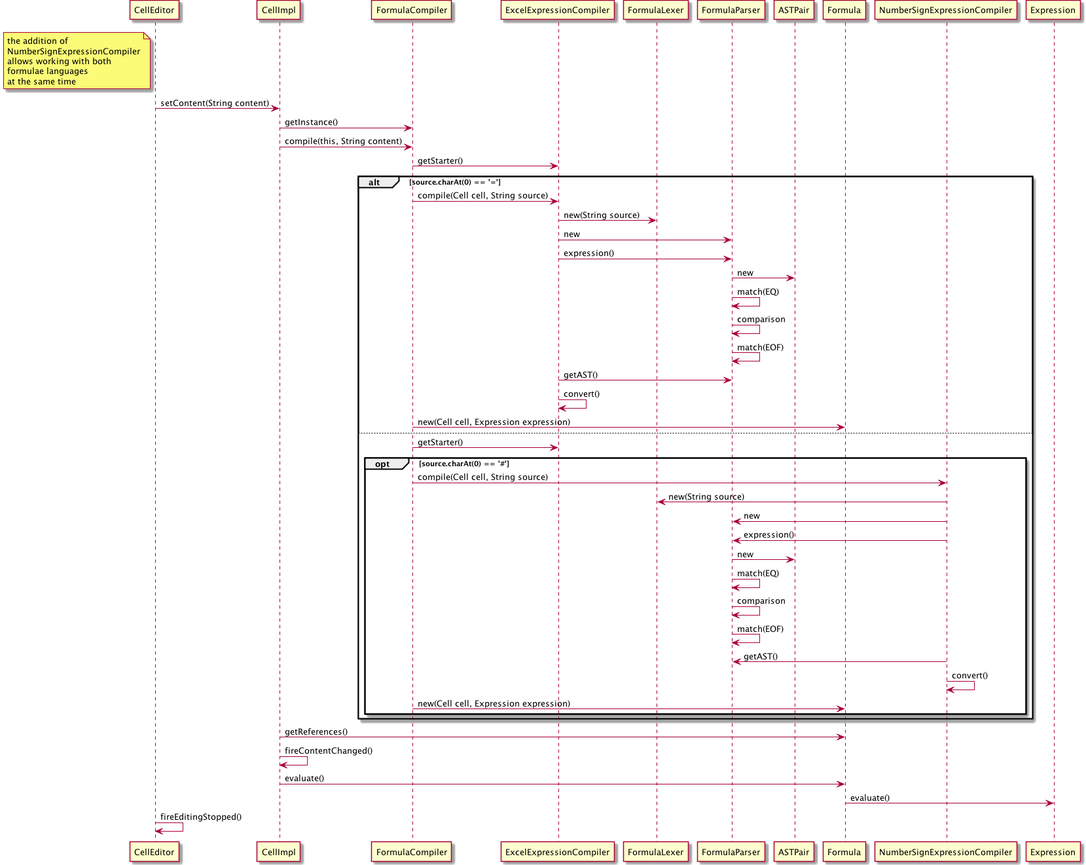
The PlantUML diagram docs/1111168/Diagrams/sd_numbersign_language.png in askpt/LAPR4, before a commit.
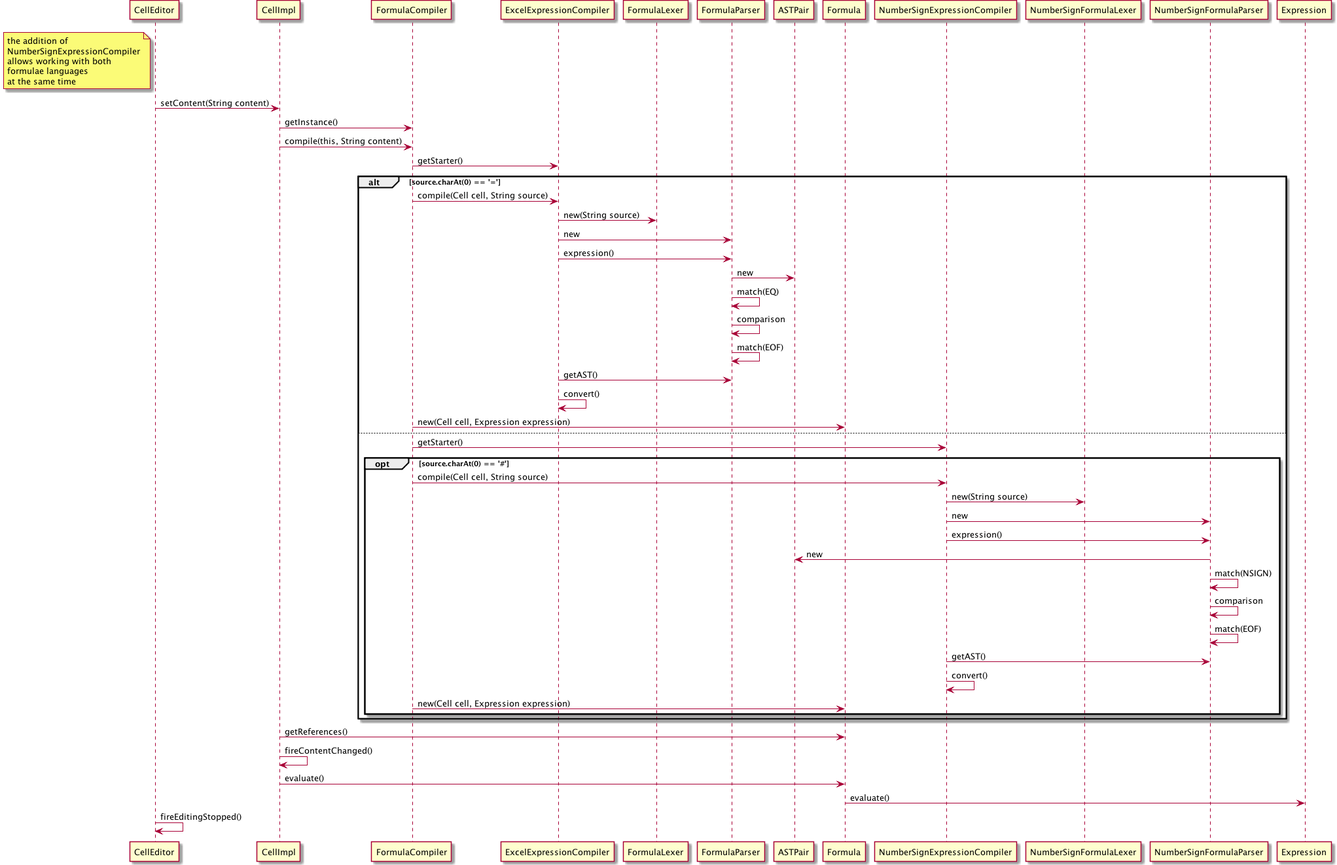
Above is the later version.

What changed in the source:
```diff
@@ -23,17 +23,17 @@
 ExcelExpressionCompiler -> ExcelExpressionCompiler: convert()
 FormulaCompiler -> Formula: new(Cell cell, Expression expression)
 else
- FormulaCompiler -> ExcelExpressionCompiler: getStarter()
+ FormulaCompiler -> NumberSignExpressionCompiler: getStarter()
   opt source.charAt(0) == '#'
    FormulaCompiler -> NumberSignExpressionCompiler: compile(Cell cell, String source)
-   NumberSignExpressionCompiler -> FormulaLexer: new(String source)
-   NumberSignExpressionCompiler -> FormulaParser: new
-   NumberSignExpressionCompiler -> FormulaParser: expression()
-   FormulaParser -> ASTPair: new
-   FormulaParser -> FormulaParser: match(EQ)
-   FormulaParser -> FormulaParser: comparison
-   FormulaParser -> FormulaParser: match(EOF)
-   NumberSignExpressionCompiler -> FormulaParser: getAST()
+   NumberSignExpressionCompiler -> NumberSignFormulaLexer: new(String source)
+   NumberSignExpressionCompiler -> NumberSignFormulaParser: new
+   NumberSignExpressionCompiler -> NumberSignFormulaParser: expression()
+   NumberSignFormulaParser -> ASTPair: new
+   NumberSignFormulaParser -> NumberSignFormulaParser: match(NSIGN)
+   NumberSignFormulaParser -> NumberSignFormulaParser: comparison
+   NumberSignFormulaParser -> NumberSignFormulaParser: match(EOF)
+   NumberSignExpressionCompiler -> NumberSignFormulaParser: getAST()
    NumberSignExpressionCompiler -> NumberSignExpressionCompiler: convert()
    FormulaCompiler -> Formula: new(Cell cell, Expression expression)
 end
```
